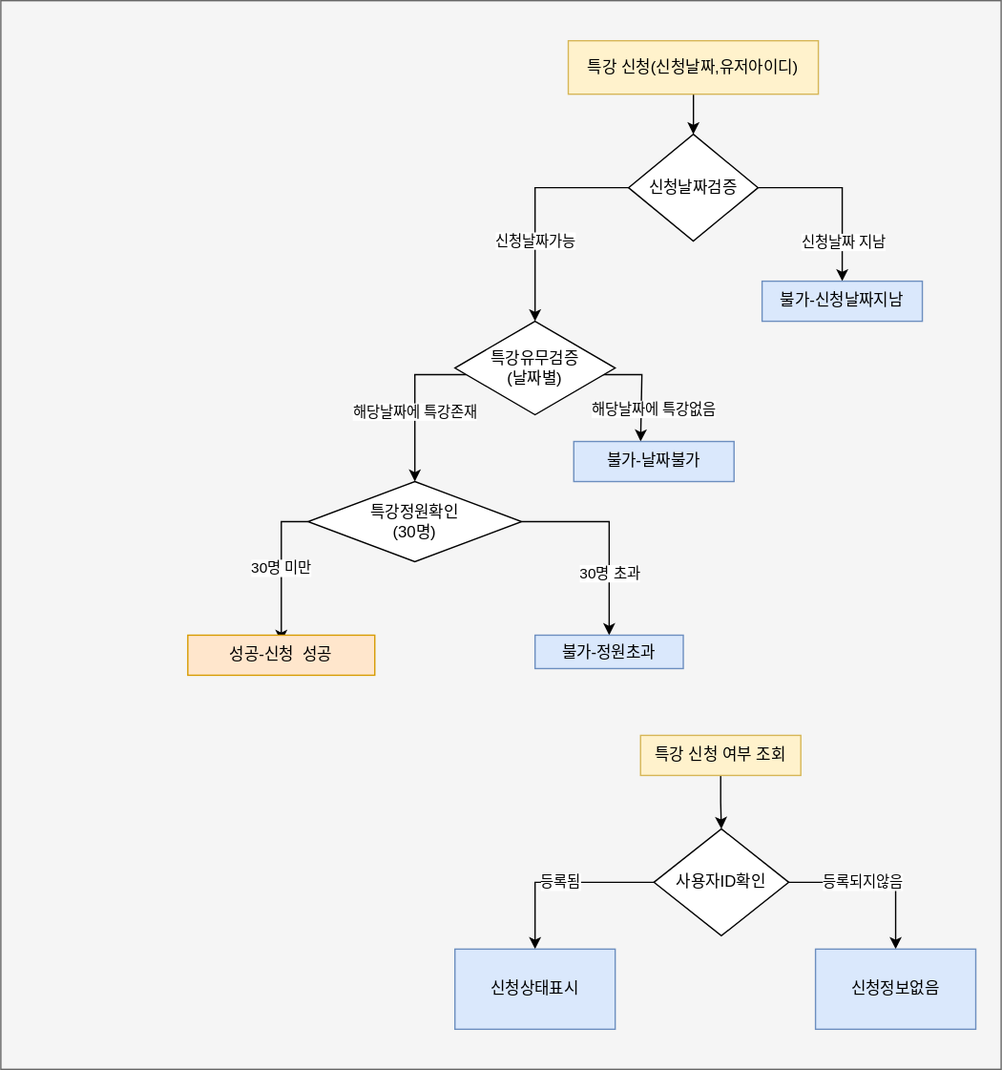
The draw.io diagram src/main/java/com/tdd/speciallectureapply/document/diagram/2.service-flow.svg in kabalport/special-lecture-apply, before a commit. Source tidied: cells renumbered, new cells last; positions are measured from the earlier drawing's top-left corner, leaving out a move shared by most shapes.
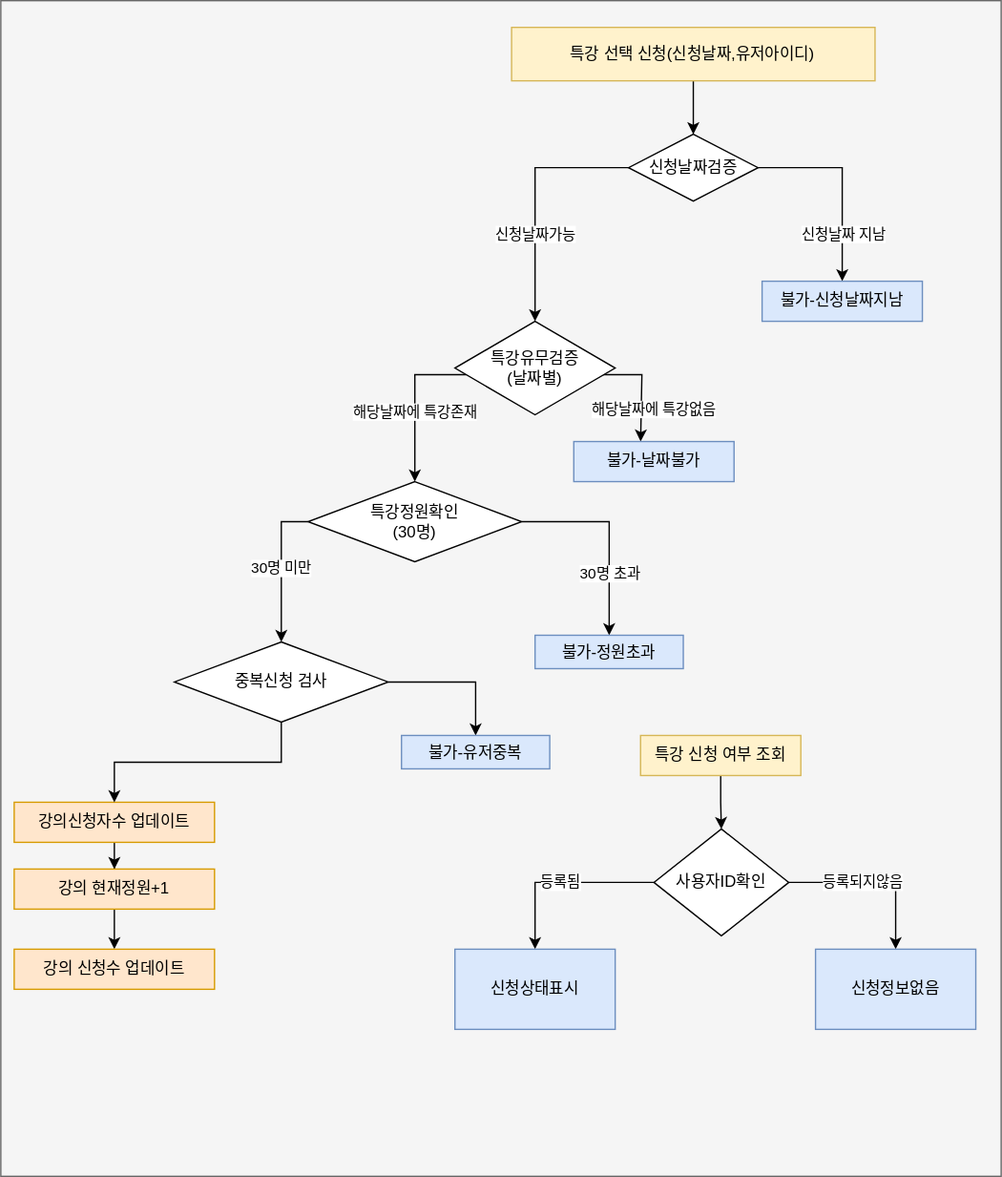
The same file after the commit.

Change to the diagram source:
```diff
@@ -3,13 +3,13 @@
     <mxCell id="0" />
     <mxCell id="1" parent="0" />
     <mxCell id="2" style="rounded=0;whiteSpace=wrap;html=1;fillColor=#f5f5f5;strokeColor=#666666;fontColor=#333333;" parent="1" vertex="1">
-      <mxGeometry width="749" height="800" as="geometry" />
+      <mxGeometry width="749" height="880" as="geometry" />
     </mxCell>
     <mxCell id="3" style="edgeStyle=orthogonalEdgeStyle;rounded=0;jettySize=auto;html=1;" parent="1" edge="1" source="4" target="8">
       <mxGeometry relative="1" as="geometry" />
     </mxCell>
-    <mxCell id="4" value="특강 신청(신청날짜,유저아이디)" style="rounded=0;whiteSpace=wrap;html=1;fillColor=#fff2cc;strokeColor=#d6b656;" parent="1" vertex="1">
-      <mxGeometry x="424.9" y="30" width="187.2" height="40" as="geometry" />
+    <mxCell id="4" value="특강 선택 신청(신청날짜,유저아이디)" style="rounded=0;whiteSpace=wrap;html=1;fillColor=#fff2cc;strokeColor=#d6b656;" parent="1" vertex="1">
+      <mxGeometry x="382.4" y="20" width="272.1" height="40" as="geometry" />
     </mxCell>
     <mxCell id="5" value="신청날짜가능" style="edgeStyle=orthogonalEdgeStyle;rounded=0;jettySize=auto;html=1;" parent="1" edge="1" source="8" target="11">
       <mxGeometry x="0.29" relative="1" as="geometry" />
@@ -23,7 +23,7 @@
       </mxGeometry>
     </mxCell>
     <mxCell id="8" value="신청날짜검증" style="rhombus;whiteSpace=wrap;html=1;rounded=0;" parent="1" vertex="1">
-      <mxGeometry x="470" y="100" width="97" height="80" as="geometry" />
+      <mxGeometry x="470" y="100" width="97" height="50" as="geometry" />
     </mxCell>
     <mxCell id="9" value="해당날짜에 특강존재" style="edgeStyle=orthogonalEdgeStyle;rounded=0;jettySize=auto;html=1;entryX=0.5;entryY=0;entryDx=0;entryDy=0;" parent="1" edge="1" source="11" target="16">
       <mxGeometry x="0.14" relative="1" as="geometry">
@@ -47,8 +47,10 @@
     <mxCell id="12" value="불가-신청날짜지남" style="whiteSpace=wrap;html=1;rounded=0;fillColor=#dae8fc;strokeColor=#6c8ebf;" parent="1" vertex="1">
       <mxGeometry x="570" y="210" width="120" height="30" as="geometry" />
     </mxCell>
-    <mxCell id="13" value="30명 미만" style="edgeStyle=orthogonalEdgeStyle;rounded=0;jettySize=auto;html=1;entryX=0.5;entryY=0.167;entryDx=0;entryDy=0;exitX=0;exitY=0.5;exitDx=0;exitDy=0;entryPerimeter=0;" parent="1" edge="1" source="16" target="17">
-      <mxGeometry relative="1" as="geometry" />
+    <mxCell id="13" value="30명 미만" style="edgeStyle=orthogonalEdgeStyle;rounded=0;jettySize=auto;html=1;entryX=0.5;entryY=0.167;entryDx=0;entryDy=0;exitX=0;exitY=0.5;exitDx=0;exitDy=0;entryPerimeter=0;" parent="1" edge="1" source="16">
+      <mxGeometry relative="1" as="geometry">
+        <mxPoint x="210" y="480" as="targetPoint" />
+      </mxGeometry>
     </mxCell>
     <mxCell id="14" style="edgeStyle=orthogonalEdgeStyle;rounded=0;jettySize=auto;html=1;" parent="1" edge="1" source="16" target="19">
       <mxGeometry relative="1" as="geometry" />
@@ -61,9 +63,6 @@
     <mxCell id="16" value="특강정원확인&lt;br&gt;(30명)" style="rhombus;whiteSpace=wrap;html=1;rounded=0;" parent="1" vertex="1">
       <mxGeometry x="230" y="360" width="160" height="60" as="geometry" />
     </mxCell>
-    <mxCell id="17" value="성공-신청&amp;nbsp; 성공" style="rounded=0;whiteSpace=wrap;html=1;fillColor=#ffe6cc;strokeColor=#d79b00;" parent="1" vertex="1">
-      <mxGeometry x="140" y="475" width="140" height="30" as="geometry" />
-    </mxCell>
     <mxCell id="18" value="불가-날짜불가" style="rounded=0;whiteSpace=wrap;html=1;fillColor=#dae8fc;strokeColor=#6c8ebf;" parent="1" vertex="1">
       <mxGeometry x="429" y="330" width="120" height="30" as="geometry" />
     </mxCell>
@@ -97,5 +96,32 @@
     <mxCell id="28" style="edgeStyle=orthogonalEdgeStyle;rounded=0;orthogonalLoop=1;jettySize=auto;html=1;exitX=0.5;exitY=1;exitDx=0;exitDy=0;" parent="1" edge="1" source="19" target="19">
       <mxGeometry relative="1" as="geometry" />
     </mxCell>
+    <mxCell id="29" style="edgeStyle=orthogonalEdgeStyle;rounded=0;jettySize=auto;html=1;entryX=0.5;entryY=0;entryDx=0;entryDy=0;" parent="1" edge="1" source="30" target="36">
+      <mxGeometry relative="1" as="geometry" />
+    </mxCell>
+    <mxCell id="30" value="강의신청자수 업데이트" style="rounded=0;whiteSpace=wrap;html=1;fillColor=#ffe6cc;strokeColor=#d79b00;" parent="1" vertex="1">
+      <mxGeometry x="10" y="600" width="150" height="30" as="geometry" />
+    </mxCell>
+    <mxCell id="31" style="edgeStyle=orthogonalEdgeStyle;rounded=0;jettySize=auto;html=1;entryX=0.5;entryY=0;entryDx=0;entryDy=0;" parent="1" edge="1" source="33" target="30">
+      <mxGeometry relative="1" as="geometry" />
+    </mxCell>
+    <mxCell id="32" style="edgeStyle=orthogonalEdgeStyle;rounded=0;jettySize=auto;html=1;entryX=0.5;entryY=0;entryDx=0;entryDy=0;" parent="1" edge="1" source="33" target="34">
+      <mxGeometry relative="1" as="geometry" />
+    </mxCell>
+    <mxCell id="33" value="중복신청 검사" style="rhombus;whiteSpace=wrap;html=1;rounded=0;" parent="1" vertex="1">
+      <mxGeometry x="130" y="480" width="160" height="60" as="geometry" />
+    </mxCell>
+    <mxCell id="34" value="불가-유저중복" style="whiteSpace=wrap;html=1;rounded=0;fillColor=#dae8fc;strokeColor=#6c8ebf;" parent="1" vertex="1">
+      <mxGeometry x="300" y="550" width="111" height="25" as="geometry" />
+    </mxCell>
+    <mxCell id="35" style="edgeStyle=orthogonalEdgeStyle;rounded=0;jettySize=auto;html=1;entryX=0.5;entryY=0;entryDx=0;entryDy=0;" parent="1" edge="1" source="36" target="37">
+      <mxGeometry relative="1" as="geometry" />
+    </mxCell>
+    <mxCell id="36" value="강의 현재정원+1" style="rounded=0;whiteSpace=wrap;html=1;fillColor=#ffe6cc;strokeColor=#d79b00;" parent="1" vertex="1">
+      <mxGeometry x="10" y="650" width="150" height="30" as="geometry" />
+    </mxCell>
+    <mxCell id="37" value="강의 신청수 업데이트" style="rounded=0;whiteSpace=wrap;html=1;fillColor=#ffe6cc;strokeColor=#d79b00;" parent="1" vertex="1">
+      <mxGeometry x="10" y="710" width="150" height="30" as="geometry" />
+    </mxCell>
   </root>
 </mxGraphModel>
```
